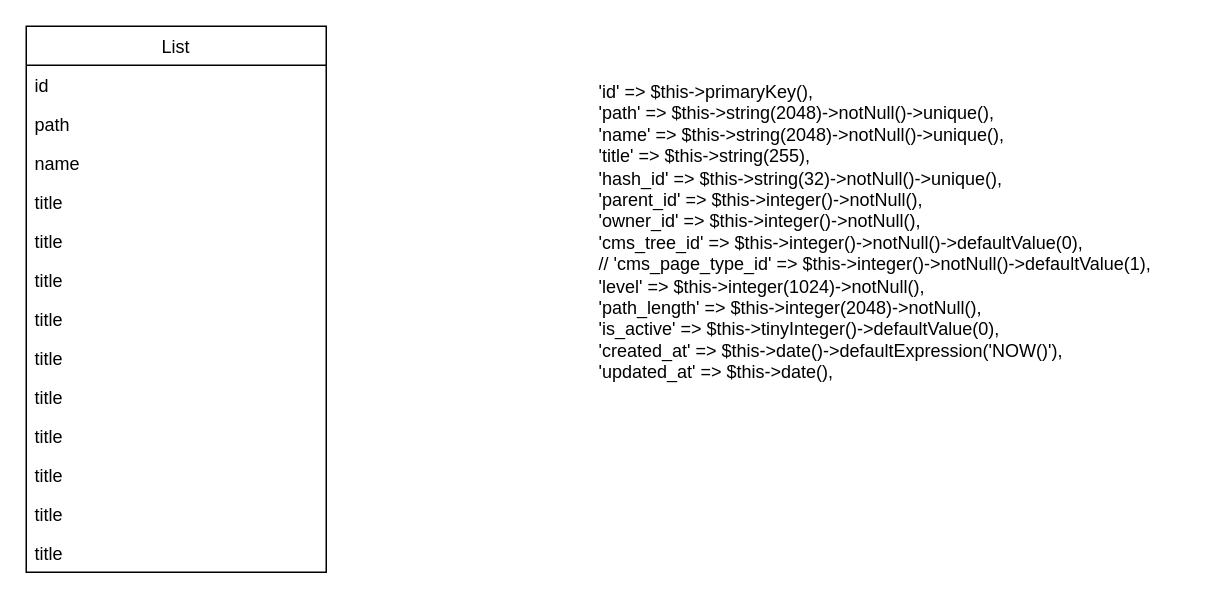
Before: Untitled Diagram.drawio in snu1743/fl, a draw.io diagram. Source tidied: cells renumbered, new cells numbered last; positions are measured from the earlier drawing's top-left corner, leaving out a move shared by most shapes. Both pictures are drawn from the tidied source at 150%, with x=0, y=0 at pixel (26, 26).
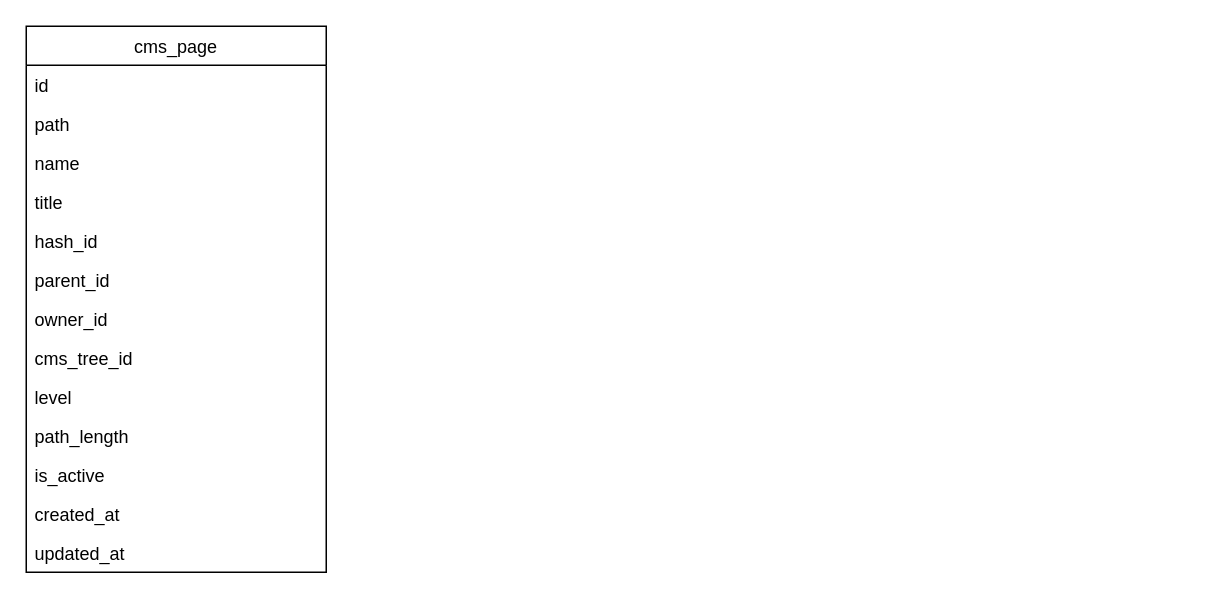
The same diagram, later.

What changed in the source:
```diff
@@
 <mxGraphModel>
   <root>
     <mxCell id="0" />
     <mxCell id="1" parent="0" />
-    <mxCell id="2" value="List" style="swimlane;fontStyle=0;horizontal=1;startSize=26;" parent="1" vertex="1">
+    <mxCell id="2" value="cms_page" style="swimlane;fontStyle=0;horizontal=1;startSize=26;" parent="1" vertex="1">
       <mxGeometry width="200" height="364" as="geometry" />
     </mxCell>
     <mxCell id="3" value="id" style="text;strokeColor=none;fillColor=none;align=left;verticalAlign=top;spacingLeft=4;spacingRight=4;overflow=hidden;" parent="2" vertex="1">
       <mxGeometry y="26" width="200" height="26" as="geometry" />
     </mxCell>
     <mxCell id="4" value="path" style="text;strokeColor=none;fillColor=none;align=left;verticalAlign=top;spacingLeft=4;spacingRight=4;overflow=hidden;" parent="2" vertex="1">
       <mxGeometry y="52" width="200" height="26" as="geometry" />
     </mxCell>
     <mxCell id="5" value="name" style="text;strokeColor=none;fillColor=none;align=left;verticalAlign=top;spacingLeft=4;spacingRight=4;overflow=hidden;" parent="2" vertex="1">
       <mxGeometry y="78" width="200" height="26" as="geometry" />
     </mxCell>
     <mxCell id="6" value="title" style="text;strokeColor=none;fillColor=none;align=left;verticalAlign=top;spacingLeft=4;spacingRight=4;overflow=hidden;" parent="2" vertex="1">
       <mxGeometry y="104" width="200" height="26" as="geometry" />
     </mxCell>
-    <mxCell id="7" value="title" style="text;strokeColor=none;fillColor=none;align=left;verticalAlign=top;spacingLeft=4;spacingRight=4;overflow=hidden;" parent="2" vertex="1">
+    <mxCell id="7" value="hash_id" style="text;strokeColor=none;fillColor=none;align=left;verticalAlign=top;spacingLeft=4;spacingRight=4;overflow=hidden;" parent="2" vertex="1">
       <mxGeometry y="130" width="200" height="26" as="geometry" />
     </mxCell>
-    <mxCell id="8" value="title" style="text;strokeColor=none;fillColor=none;align=left;verticalAlign=top;spacingLeft=4;spacingRight=4;overflow=hidden;" parent="2" vertex="1">
+    <mxCell id="8" value="parent_id" style="text;strokeColor=none;fillColor=none;align=left;verticalAlign=top;spacingLeft=4;spacingRight=4;overflow=hidden;" parent="2" vertex="1">
       <mxGeometry y="156" width="200" height="26" as="geometry" />
     </mxCell>
-    <mxCell id="9" value="title" style="text;strokeColor=none;fillColor=none;align=left;verticalAlign=top;spacingLeft=4;spacingRight=4;overflow=hidden;" parent="2" vertex="1">
+    <mxCell id="9" value="owner_id" style="text;strokeColor=none;fillColor=none;align=left;verticalAlign=top;spacingLeft=4;spacingRight=4;overflow=hidden;" parent="2" vertex="1">
       <mxGeometry y="182" width="200" height="26" as="geometry" />
     </mxCell>
-    <mxCell id="10" value="title" style="text;strokeColor=none;fillColor=none;align=left;verticalAlign=top;spacingLeft=4;spacingRight=4;overflow=hidden;" parent="2" vertex="1">
+    <mxCell id="10" value="cms_tree_id" style="text;strokeColor=none;fillColor=none;align=left;verticalAlign=top;spacingLeft=4;spacingRight=4;overflow=hidden;" parent="2" vertex="1">
       <mxGeometry y="208" width="200" height="26" as="geometry" />
     </mxCell>
-    <mxCell id="11" value="title" style="text;strokeColor=none;fillColor=none;align=left;verticalAlign=top;spacingLeft=4;spacingRight=4;overflow=hidden;" parent="2" vertex="1">
+    <mxCell id="11" value="level" style="text;strokeColor=none;fillColor=none;align=left;verticalAlign=top;spacingLeft=4;spacingRight=4;overflow=hidden;" parent="2" vertex="1">
       <mxGeometry y="234" width="200" height="26" as="geometry" />
     </mxCell>
-    <mxCell id="12" value="title" style="text;strokeColor=none;fillColor=none;align=left;verticalAlign=top;spacingLeft=4;spacingRight=4;overflow=hidden;" parent="2" vertex="1">
+    <mxCell id="12" value="path_length" style="text;strokeColor=none;fillColor=none;align=left;verticalAlign=top;spacingLeft=4;spacingRight=4;overflow=hidden;" parent="2" vertex="1">
       <mxGeometry y="260" width="200" height="26" as="geometry" />
     </mxCell>
-    <mxCell id="13" value="title" style="text;strokeColor=none;fillColor=none;align=left;verticalAlign=top;spacingLeft=4;spacingRight=4;overflow=hidden;" parent="2" vertex="1">
+    <mxCell id="13" value="is_active" style="text;strokeColor=none;fillColor=none;align=left;verticalAlign=top;spacingLeft=4;spacingRight=4;overflow=hidden;" parent="2" vertex="1">
       <mxGeometry y="286" width="200" height="26" as="geometry" />
     </mxCell>
-    <mxCell id="14" value="title" style="text;strokeColor=none;fillColor=none;align=left;verticalAlign=top;spacingLeft=4;spacingRight=4;overflow=hidden;" parent="2" vertex="1">
+    <mxCell id="14" value="created_at" style="text;strokeColor=none;fillColor=none;align=left;verticalAlign=top;spacingLeft=4;spacingRight=4;overflow=hidden;" parent="2" vertex="1">
       <mxGeometry y="312" width="200" height="26" as="geometry" />
     </mxCell>
-    <mxCell id="15" value="title" style="text;strokeColor=none;fillColor=none;align=left;verticalAlign=top;spacingLeft=4;spacingRight=4;overflow=hidden;" parent="2" vertex="1">
+    <mxCell id="15" value="updated_at" style="text;strokeColor=none;fillColor=none;align=left;verticalAlign=top;spacingLeft=4;spacingRight=4;overflow=hidden;" parent="2" vertex="1">
       <mxGeometry y="338" width="200" height="26" as="geometry" />
     </mxCell>
-    <mxCell id="16" value="'id' =&gt; $this-&gt;primaryKey(),&#10;            'path' =&gt;  $this-&gt;string(2048)-&gt;notNull()-&gt;unique(),&#10;            'name' =&gt;  $this-&gt;string(2048)-&gt;notNull()-&gt;unique(),&#10;            'title' =&gt;  $this-&gt;string(255),&#10;            'hash_id' =&gt; $this-&gt;string(32)-&gt;notNull()-&gt;unique(),&#10;            'parent_id' =&gt;  $this-&gt;integer()-&gt;notNull(),&#10;            'owner_id' =&gt;  $this-&gt;integer()-&gt;notNull(),&#10;            'cms_tree_id' =&gt;  $this-&gt;integer()-&gt;notNull()-&gt;defaultValue(0),&#10;//            'cms_page_type_id' =&gt;  $this-&gt;integer()-&gt;notNull()-&gt;defaultValue(1),&#10;            'level' =&gt; $this-&gt;integer(1024)-&gt;notNull(),&#10;            'path_length' =&gt; $this-&gt;integer(2048)-&gt;notNull(),&#10;            'is_active' =&gt; $this-&gt;tinyInteger()-&gt;defaultValue(0),&#10;            'created_at' =&gt; $this-&gt;date()-&gt;defaultExpression('NOW()'),&#10;            'updated_at' =&gt; $this-&gt;date()," style="text;whiteSpace=wrap;html=1;" parent="1" vertex="1">
-      <mxGeometry x="380" y="30" width="390" height="210" as="geometry" />
-    </mxCell>
   </root>
 </mxGraphModel>
```
